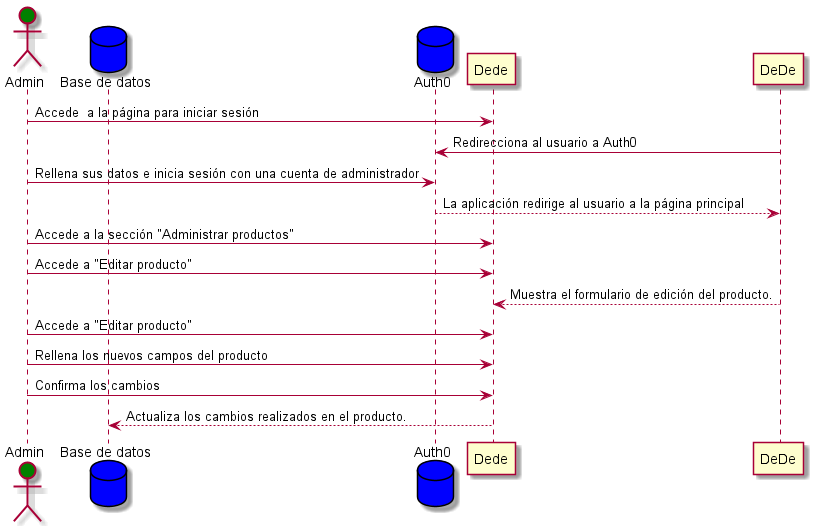
Earlier version of the PlantUML export images/EditarProducto.png (Arquisoft/dede_es2a). The source it was exported from:
```plantuml
@startuml
actor Admin #green
database BaseDeDatos as "Base de datos" #blue
database Auth0 as "Auth0" #blue
Admin -> Dede: Accede  a la página para iniciar sesión
DeDe -> Auth0: Redirecciona al usuario a Auth0
Admin -> Auth0: Rellena sus datos e inicia sesión con una cuenta de administrador
DeDe <-- Auth0: La aplicación redirige al usuario a la página principal
Admin -> Dede: Accede a la sección "Administrar productos"
Admin -> Dede: Accede a "Editar producto"
DeDe --> Dede: Muestra el formulario de edición del producto.
Admin -> Dede: Accede a "Editar producto"
Admin -> Dede: Rellena los nuevos campos del producto
Admin -> Dede: Confirma los cambios
BaseDeDatos <-- Dede: Actualiza los cambios realizados en el producto.
@enduml
```
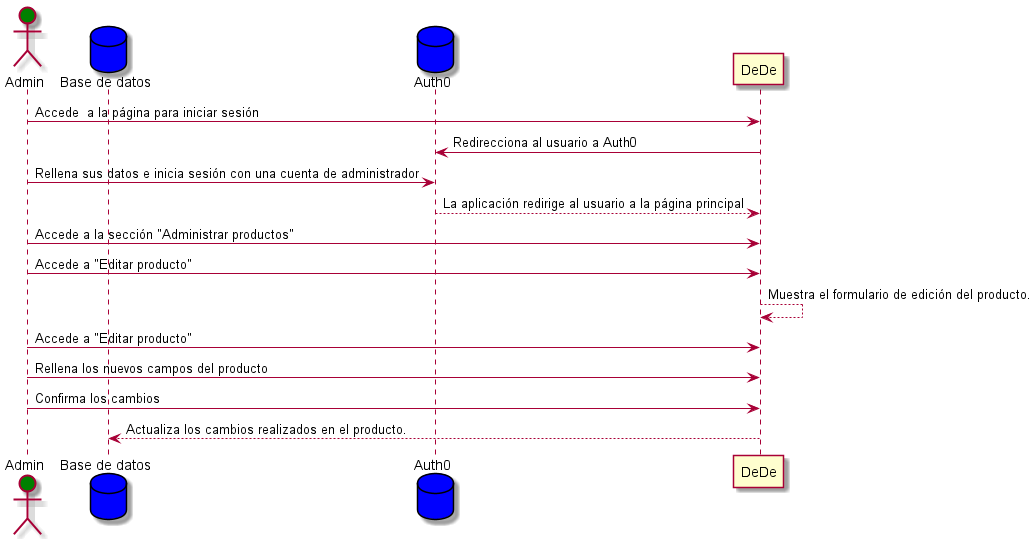
The same file after the commit.

What changed in the source:
```diff
@@ -2,15 +2,15 @@
 actor Admin #green
 database BaseDeDatos as "Base de datos" #blue
 database Auth0 as "Auth0" #blue
-Admin -> Dede: Accede  a la página para iniciar sesión
+Admin -> DeDe: Accede  a la página para iniciar sesión
 DeDe -> Auth0: Redirecciona al usuario a Auth0
 Admin -> Auth0: Rellena sus datos e inicia sesión con una cuenta de administrador
 DeDe <-- Auth0: La aplicación redirige al usuario a la página principal
-Admin -> Dede: Accede a la sección "Administrar productos"
-Admin -> Dede: Accede a "Editar producto"
-DeDe --> Dede: Muestra el formulario de edición del producto.
-Admin -> Dede: Accede a "Editar producto"
-Admin -> Dede: Rellena los nuevos campos del producto
-Admin -> Dede: Confirma los cambios
-BaseDeDatos <-- Dede: Actualiza los cambios realizados en el producto.
+Admin -> DeDe: Accede a la sección "Administrar productos"
+Admin -> DeDe: Accede a "Editar producto"
+DeDe --> DeDe: Muestra el formulario de edición del producto.
+Admin -> DeDe: Accede a "Editar producto"
+Admin -> DeDe: Rellena los nuevos campos del producto
+Admin -> DeDe: Confirma los cambios
+DeDe --> BaseDeDatos: Actualiza los cambios realizados en el producto.
 @enduml
```
